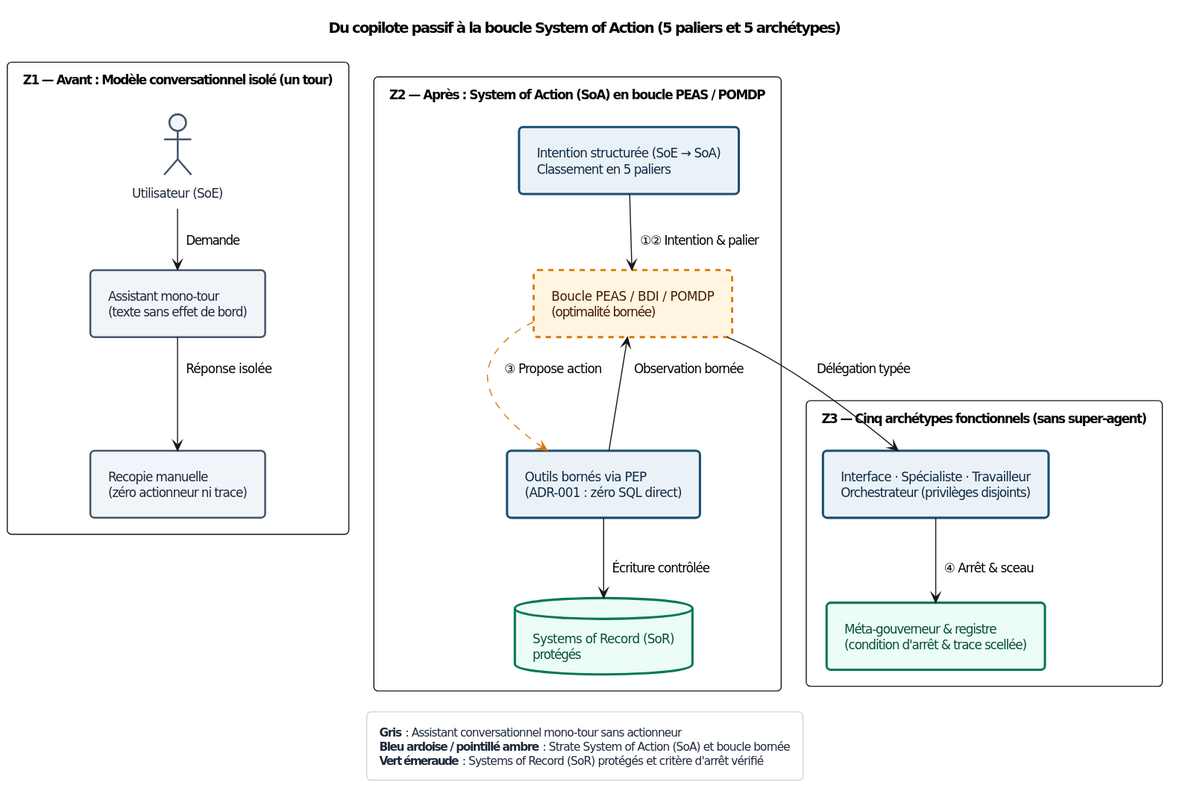
agbruneau/Agentique keeps this PlantUML diagram as Sources/Compendium/ouvrage/schemas/rendus/SCH-01-01.svg. Above is the earlier version.
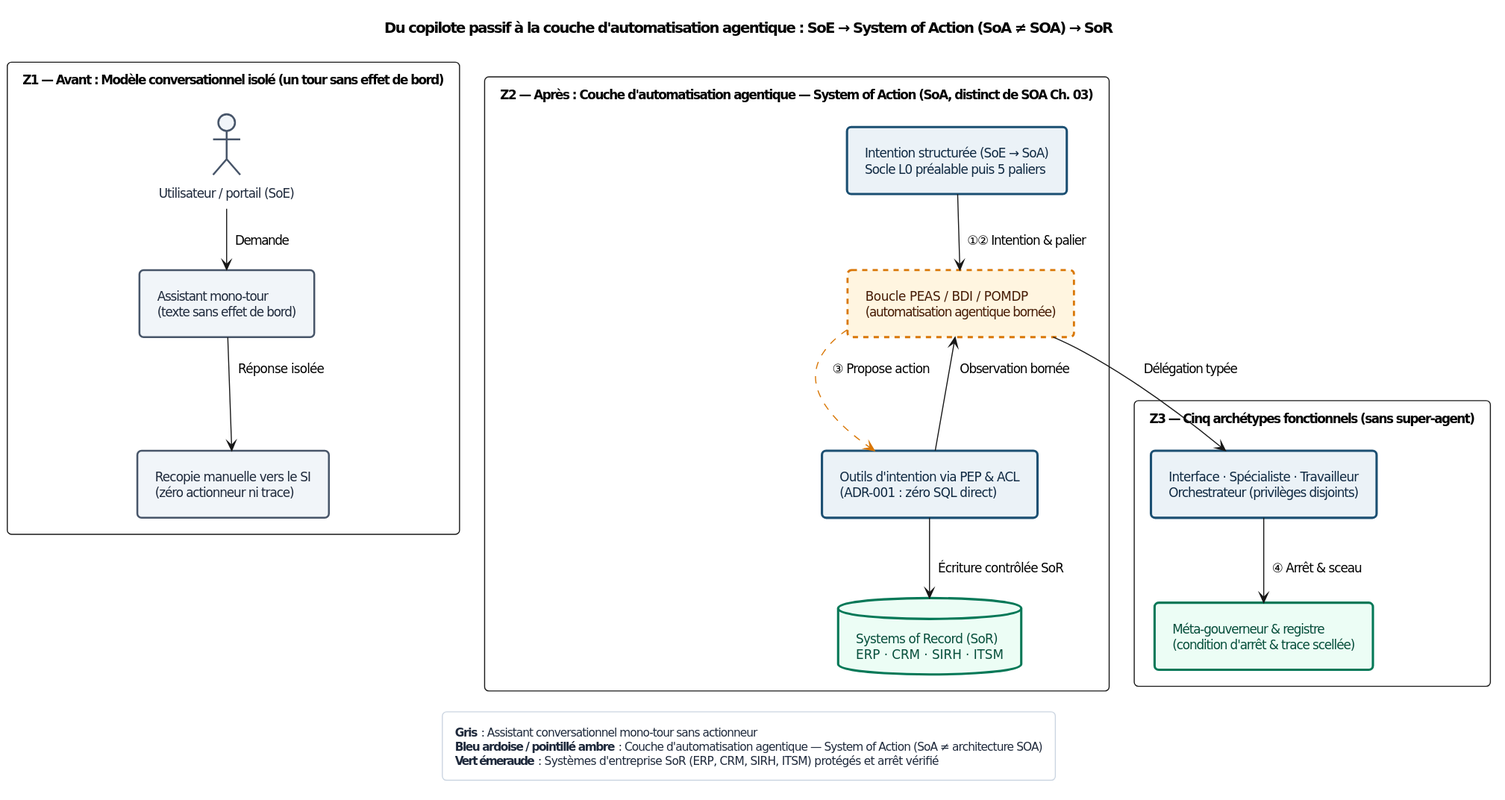
Above is the later version.

What changed in the source:
```diff
@@ -25,25 +25,25 @@
 skinparam padding 7
 
 top to bottom direction
-title Du copilote passif à la boucle System of Action (5 paliers et 5 archétypes)
+title Du copilote passif à la couche d'automatisation agentique : SoE → System of Action (SoA ≠ SOA) → SoR
 
-package "Z1 — Avant : Modèle conversationnel isolé (un tour)" {
-  actor "Utilisateur (SoE)" as N1 <<gray>>
+package "Z1 — Avant : Modèle conversationnel isolé (un tour sans effet de bord)" {
+  actor "Utilisateur / portail (SoE)" as N1 <<gray>>
   rectangle "Assistant mono-tour\n(texte sans effet de bord)" as N2 <<gray>>
-  rectangle "Recopie manuelle\n(zéro actionneur ni trace)" as N3 <<gray>>
+  rectangle "Recopie manuelle vers le SI\n(zéro actionneur ni trace)" as N3 <<gray>>
   N1 --> N2 : Demande
   N2 --> N3 : Réponse isolée
 }
 
-package "Z2 — Après : System of Action (SoA) en boucle PEAS / POMDP" {
-  rectangle "Intention structurée (SoE → SoA)\nClassement en 5 paliers" as N4 <<det>>
-  rectangle "Boucle PEAS / BDI / POMDP\n(optimalité bornée)" as N5 <<prob>>
-  rectangle "Outils bornés via PEP\n(ADR-001 : zéro SQL direct)" as N6 <<det>>
-  database "Systems of Record (SoR)\nprotégés" as N7 <<green>>
+package "Z2 — Après : Couche d'automatisation agentique — System of Action (SoA, distinct de SOA Ch. 03)" {
+  rectangle "Intention structurée (SoE → SoA)\nSocle L0 préalable puis 5 paliers" as N4 <<det>>
+  rectangle "Boucle PEAS / BDI / POMDP\n(automatisation agentique bornée)" as N5 <<prob>>
+  rectangle "Outils d'intention via PEP & ACL\n(ADR-001 : zéro SQL direct)" as N6 <<det>>
+  database "Systems of Record (SoR)\nERP · CRM · SIRH · ITSM" as N7 <<green>>
   N4 --> N5 : ①② Intention & palier
   N5 .[#D97706].> N6 : ③ Propose action
   N6 --> N5 : Observation bornée
-  N6 --> N7 : Écriture contrôlée
+  N6 --> N7 : Écriture contrôlée SoR
 }
 
 package "Z3 — Cinq archétypes fonctionnels (sans super-agent)" {
@@ -55,7 +55,7 @@
 
 legend bottom
   **Gris** : Assistant conversationnel mono-tour sans actionneur
-  **Bleu ardoise / pointillé ambre** : Strate System of Action (SoA) et boucle bornée
-  **Vert émeraude** : Systems of Record (SoR) protégés et critère d'arrêt vérifié
+  **Bleu ardoise / pointillé ambre** : Couche d'automatisation agentique — System of Action (SoA ≠ architecture SOA)
+  **Vert émeraude** : Systèmes d'entreprise SoR (ERP, CRM, SIRH, ITSM) protégés et arrêt vérifié
 end legend
 @enduml
```
